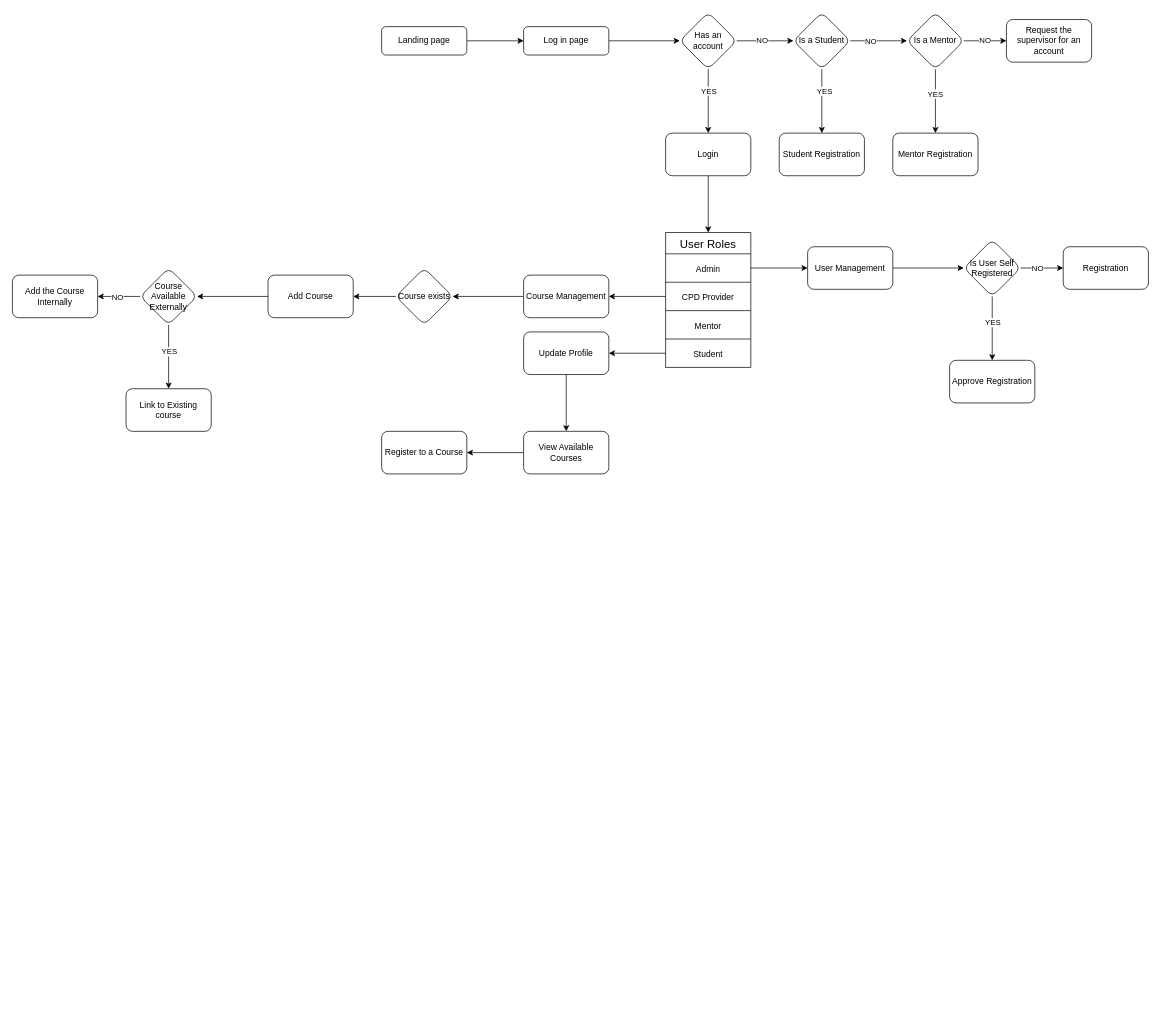
This is LMSv1.drawio from gayashan2020/client, a draw.io file, before an edit. Source tidied: cells renumbered, new cells numbered last; positions are measured from the earlier drawing's top-left corner, leaving out a move shared by most shapes. Both pictures are drawn from the tidied source at 71%, with x=0, y=0 at pixel (12, 12).
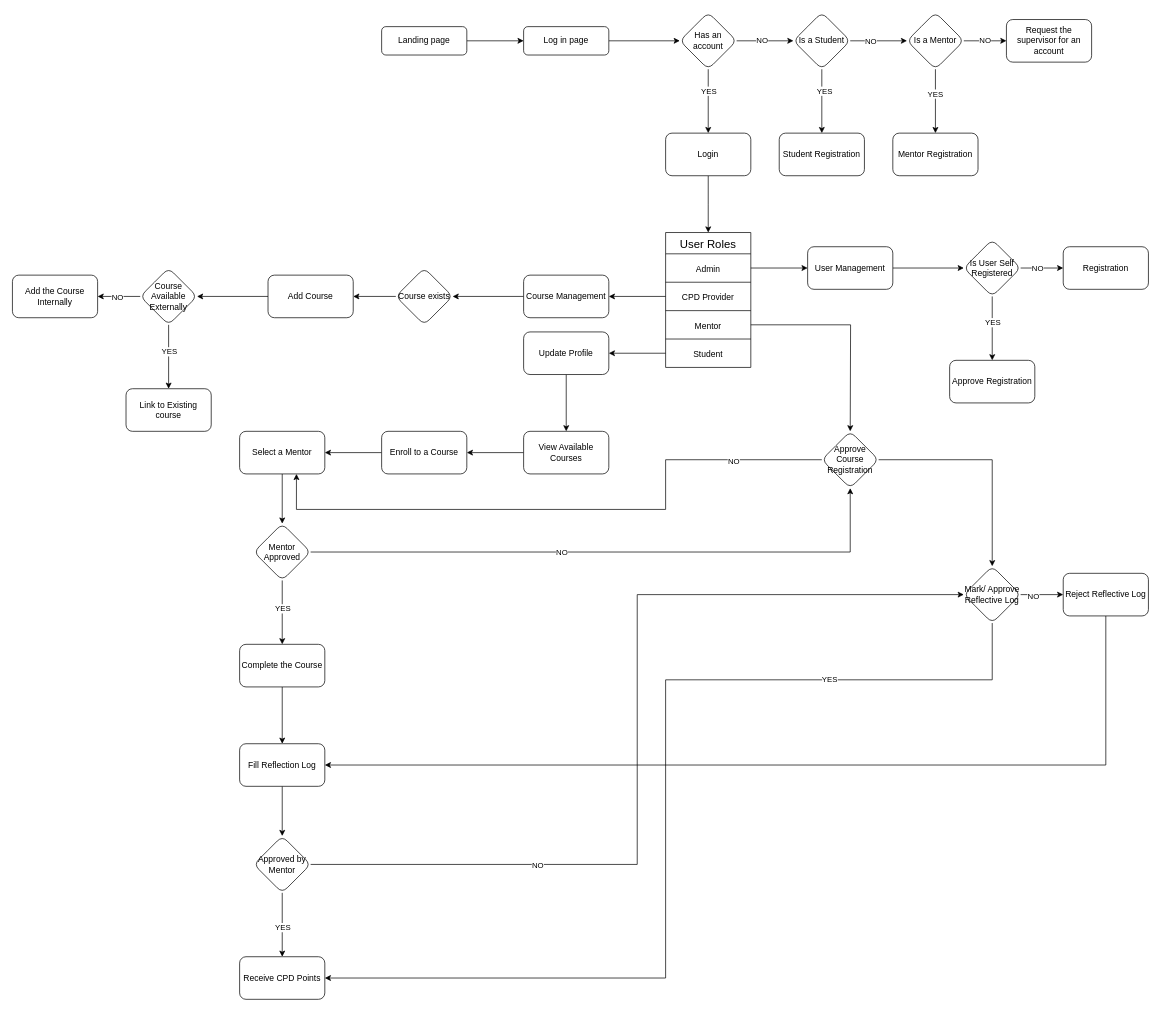
The same page after the edit.

Commit message (it also covers changes not shown here):
data: new course added from localhost

Unchanged cells that the change refers to:
```xml
<mxCell id="31" style="shape=tableRow;horizontal=0;startSize=0;swimlaneHead=0;swimlaneBody=0;strokeColor=inherit;top=0;left=0;bottom=0;right=0;fillColor=none;points=[[0,0.5],[1,0.5]];portConstraint=eastwest;fontSize=16;" parent="26" vertex="1">
  <mxGeometry y="110" width="120" height="40" as="geometry" />
</mxCell>
```

What changed in the source:
```diff
@@
+    <mxCell id="65" style="edgeStyle=orthogonalEdgeStyle;rounded=0;jettySize=auto;html=1;" parent="1" edge="1" source="64" target="67">
+      <mxGeometry relative="1" as="geometry" />
+    </mxCell>
-    <mxCell id="64" value="Register to a Course" style="rounded=1;whiteSpace=wrap;html=1;" parent="1" vertex="1">
+    <mxCell id="64" value="Enroll to a Course" style="rounded=1;whiteSpace=wrap;html=1;" parent="1" vertex="1">
       <mxGeometry x="520" y="590" width="120" height="60" as="geometry" />
     </mxCell>
+    <mxCell id="66" style="edgeStyle=orthogonalEdgeStyle;rounded=0;jettySize=auto;html=1;" parent="1" edge="1" source="67" target="73">
+      <mxGeometry relative="1" as="geometry" />
+    </mxCell>
+    <mxCell id="67" value="Select a Mentor" style="whiteSpace=wrap;html=1;rounded=1;" parent="1" vertex="1">
+      <mxGeometry x="320" y="590" width="120" height="60" as="geometry" />
+    </mxCell>
+    <mxCell id="68" style="edgeStyle=orthogonalEdgeStyle;rounded=0;jettySize=auto;html=1;exitX=1;exitY=0.5;exitDx=0;exitDy=0;" parent="1" edge="1" source="31">
+      <mxGeometry relative="1" as="geometry">
+        <mxPoint x="1180" y="590" as="targetPoint" />
+      </mxGeometry>
+    </mxCell>
+    <mxCell id="69" style="edgeStyle=orthogonalEdgeStyle;rounded=0;jettySize=auto;html=1;startArrow=none;startFill=0;entryX=0.5;entryY=1;entryDx=0;entryDy=0;entryPerimeter=0;" parent="1" edge="1" source="73" target="75">
+      <mxGeometry relative="1" as="geometry" />
+    </mxCell>
+    <mxCell id="70" value="NO" style="edgeLabel;html=1;align=center;verticalAlign=middle;" parent="69" vertex="1">
+      <mxGeometry x="-0.17" relative="1" as="geometry" />
+    </mxCell>
+    <mxCell id="71" style="edgeStyle=orthogonalEdgeStyle;rounded=0;jettySize=auto;html=1;" parent="1" edge="1" source="73" target="79">
+      <mxGeometry relative="1" as="geometry" />
+    </mxCell>
+    <mxCell id="72" value="YES" style="edgeLabel;html=1;align=center;verticalAlign=middle;" parent="71" vertex="1">
+      <mxGeometry x="-0.14" relative="1" as="geometry" />
+    </mxCell>
+    <mxCell id="73" value="Mentor Approved" style="rhombus;whiteSpace=wrap;html=1;rounded=1;" parent="1" vertex="1">
+      <mxGeometry x="340" y="720" width="80" height="80" as="geometry" />
+    </mxCell>
+    <mxCell id="74" style="edgeStyle=orthogonalEdgeStyle;rounded=0;jettySize=auto;html=1;" parent="1" edge="1" source="75" target="91">
+      <mxGeometry relative="1" as="geometry" />
+    </mxCell>
+    <mxCell id="75" value="Approve Course Registration" style="rhombus;whiteSpace=wrap;html=1;rounded=1;" parent="1" vertex="1">
+      <mxGeometry x="1140" y="590" width="80" height="80" as="geometry" />
+    </mxCell>
+    <mxCell id="76" style="edgeStyle=orthogonalEdgeStyle;rounded=0;jettySize=auto;html=1;entryX=0.667;entryY=1;entryDx=0;entryDy=0;entryPerimeter=0;" parent="1" edge="1" source="75" target="67">
+      <mxGeometry relative="1" as="geometry">
+        <Array as="points">
+          <mxPoint x="920" y="630" />
+          <mxPoint x="920" y="700" />
+          <mxPoint x="400" y="700" />
+        </Array>
+      </mxGeometry>
+    </mxCell>
+    <mxCell id="77" value="NO" style="edgeLabel;html=1;align=center;verticalAlign=middle;" parent="76" vertex="1">
+      <mxGeometry x="-0.71" y="2" relative="1" as="geometry" />
+    </mxCell>
+    <mxCell id="78" style="edgeStyle=orthogonalEdgeStyle;rounded=0;jettySize=auto;html=1;" parent="1" edge="1" source="79" target="81">
+      <mxGeometry relative="1" as="geometry" />
+    </mxCell>
+    <mxCell id="79" value="Complete the Course" style="whiteSpace=wrap;html=1;rounded=1;" parent="1" vertex="1">
+      <mxGeometry x="320" y="890" width="120" height="60" as="geometry" />
+    </mxCell>
+    <mxCell id="80" style="edgeStyle=orthogonalEdgeStyle;rounded=0;jettySize=auto;html=1;" parent="1" edge="1" source="81" target="86">
+      <mxGeometry relative="1" as="geometry" />
+    </mxCell>
+    <mxCell id="81" value="Fill Reflection Log" style="whiteSpace=wrap;html=1;rounded=1;" parent="1" vertex="1">
+      <mxGeometry x="320" y="1030" width="120" height="60" as="geometry" />
+    </mxCell>
+    <mxCell id="82" style="edgeStyle=orthogonalEdgeStyle;rounded=0;jettySize=auto;html=1;entryX=0;entryY=0.5;entryDx=0;entryDy=0;" parent="1" edge="1" source="86" target="91">
+      <mxGeometry relative="1" as="geometry" />
+    </mxCell>
+    <mxCell id="83" value="NO" style="edgeLabel;html=1;align=center;verticalAlign=middle;" parent="82" vertex="1">
+      <mxGeometry x="-0.51" relative="1" as="geometry" />
+    </mxCell>
+    <mxCell id="84" style="edgeStyle=orthogonalEdgeStyle;rounded=0;jettySize=auto;html=1;" parent="1" edge="1" source="86" target="92">
+      <mxGeometry relative="1" as="geometry" />
+    </mxCell>
+    <mxCell id="85" value="YES" style="edgeLabel;html=1;align=center;verticalAlign=middle;" parent="84" vertex="1">
+      <mxGeometry x="0.07" relative="1" as="geometry" />
+    </mxCell>
+    <mxCell id="86" value="Approved by Mentor" style="rhombus;whiteSpace=wrap;html=1;rounded=1;" parent="1" vertex="1">
+      <mxGeometry x="340" y="1160" width="80" height="80" as="geometry" />
+    </mxCell>
+    <mxCell id="87" style="edgeStyle=orthogonalEdgeStyle;rounded=0;jettySize=auto;html=1;entryX=1;entryY=0.5;entryDx=0;entryDy=0;" parent="1" edge="1" source="91" target="92">
+      <mxGeometry relative="1" as="geometry">
+        <Array as="points">
+          <mxPoint x="1380" y="940" />
+          <mxPoint x="920" y="940" />
+          <mxPoint x="920" y="1360" />
+        </Array>
+      </mxGeometry>
+    </mxCell>
+    <mxCell id="88" value="YES" style="edgeLabel;html=1;align=center;verticalAlign=middle;" parent="87" vertex="1">
+      <mxGeometry x="-0.57" y="-2" relative="1" as="geometry" />
+    </mxCell>
+    <mxCell id="89" style="edgeStyle=orthogonalEdgeStyle;rounded=0;jettySize=auto;html=1;" parent="1" edge="1" source="91" target="94">
+      <mxGeometry relative="1" as="geometry" />
+    </mxCell>
+    <mxCell id="90" value="NO" style="edgeLabel;html=1;align=center;verticalAlign=middle;" parent="89" vertex="1">
+      <mxGeometry x="-0.45" y="-2" relative="1" as="geometry" />
+    </mxCell>
+    <mxCell id="91" value="Mark/ Approve Reflective Log" style="rhombus;whiteSpace=wrap;html=1;rounded=1;" parent="1" vertex="1">
+      <mxGeometry x="1340" y="780" width="80" height="80" as="geometry" />
+    </mxCell>
+    <mxCell id="92" value="Receive CPD Points" style="whiteSpace=wrap;html=1;rounded=1;" parent="1" vertex="1">
+      <mxGeometry x="320" y="1330" width="120" height="60" as="geometry" />
+    </mxCell>
+    <mxCell id="93" style="edgeStyle=orthogonalEdgeStyle;rounded=0;jettySize=auto;html=1;entryX=1;entryY=0.5;entryDx=0;entryDy=0;" parent="1" edge="1" source="94" target="81">
+      <mxGeometry relative="1" as="geometry">
+        <Array as="points">
+          <mxPoint x="1540" y="1060" />
+        </Array>
+      </mxGeometry>
+    </mxCell>
+    <mxCell id="94" value="Reject Reflective Log" style="whiteSpace=wrap;html=1;rounded=1;" parent="1" vertex="1">
+      <mxGeometry x="1480" y="790" width="120" height="60" as="geometry" />
+    </mxCell>
```
